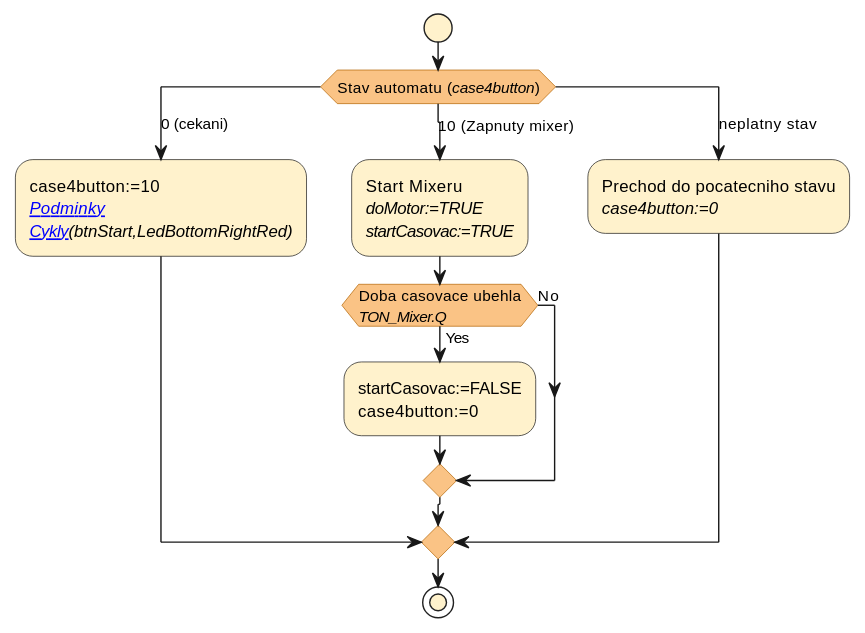
This is inline_umlgraph_3.svg from theorangeBirdybird/stdoc_demonstration, a PlantUML export, as it was before one commit.
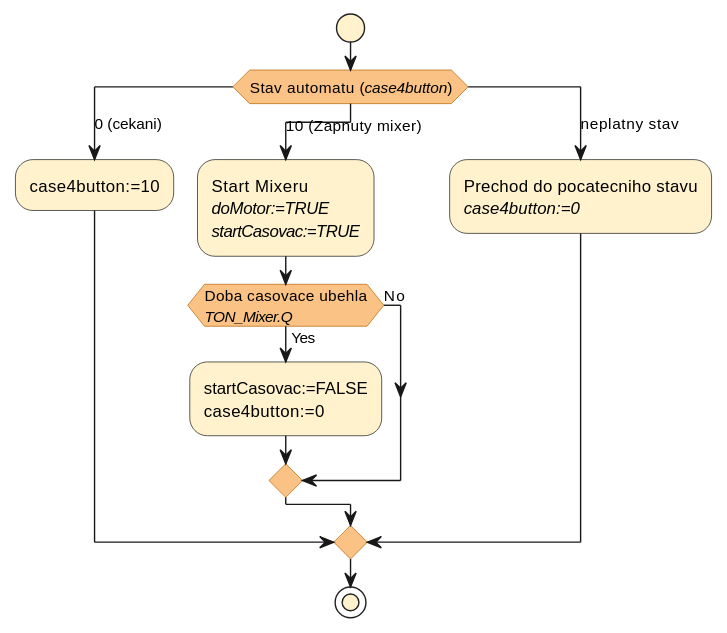
Later version of the same file.

The edit, as a diff of the source:
```diff
@@ -23,9 +23,7 @@
 
 switch (Stav automatu (//case4button//))
 case (0 (cekani))
-:case4button:=10
-//[[./md__rizeni__action.html Podminky]]//
-//[[./md__rizeni__library__cykly.html Cykly]](btnStart,LedBottomRightRed)//;
+:case4button:=10;
 
 case (10 (Zapnuty mixer))
 :Start Mixeru
```
